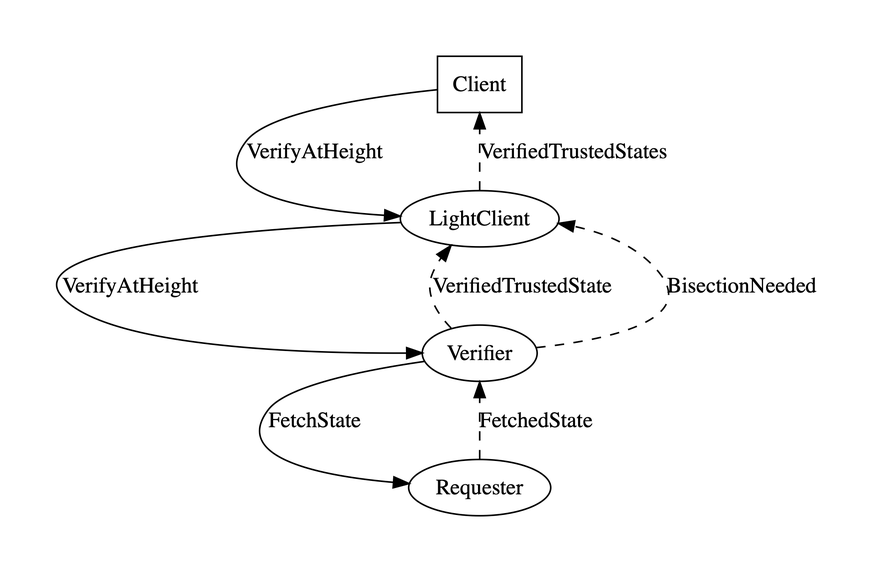
shonfeder/tendermint-rs keeps this Graphviz diagram as light-spike/events.png. Above is the earlier version. Its source is kept beside it as light-spike/events.dot.
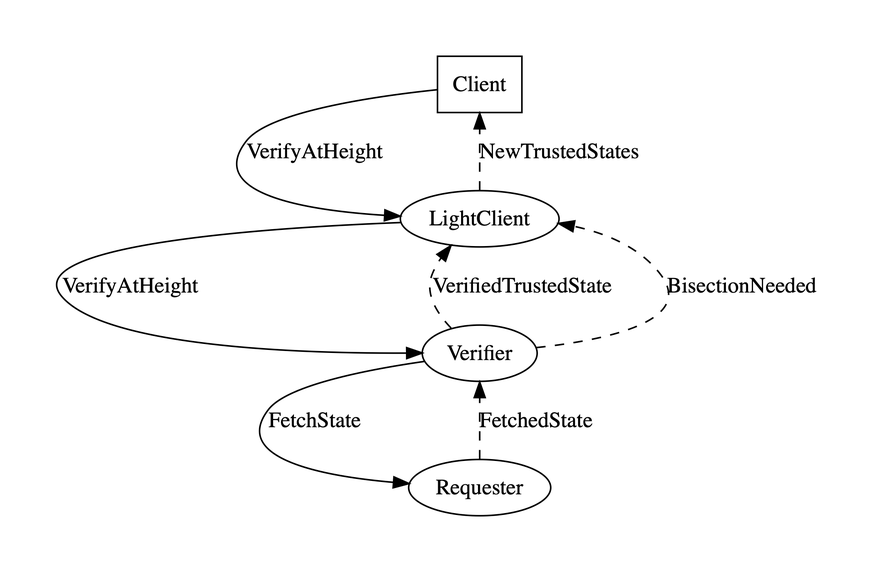
The same file after the commit.

Diff of the diagram source:
```diff
@@ -7,8 +7,8 @@
   Client      -> LightClient  [label = "VerifyAtHeight"];
   LightClient -> Verifier     [label = "VerifyAtHeight"];
   Verifier    -> Requester    [label = "FetchState"];
-  Requester   -> Verifier     [label = "FetchedState",          style = dashed];
-  Verifier    -> LightClient  [label = "VerifiedTrustedState",  style = dashed];
-  Verifier    -> LightClient  [label = "BisectionNeeded",       style = dashed];
-  LightClient -> Client       [label = "VerifiedTrustedStates", style = dashed];
+  Requester   -> Verifier     [label = "FetchedState",         style = dashed];
+  Verifier    -> LightClient  [label = "VerifiedTrustedState", style = dashed];
+  Verifier    -> LightClient  [label = "BisectionNeeded",      style = dashed];
+  LightClient -> Client       [label = "NewTrustedStates",     style = dashed];
 }
```
